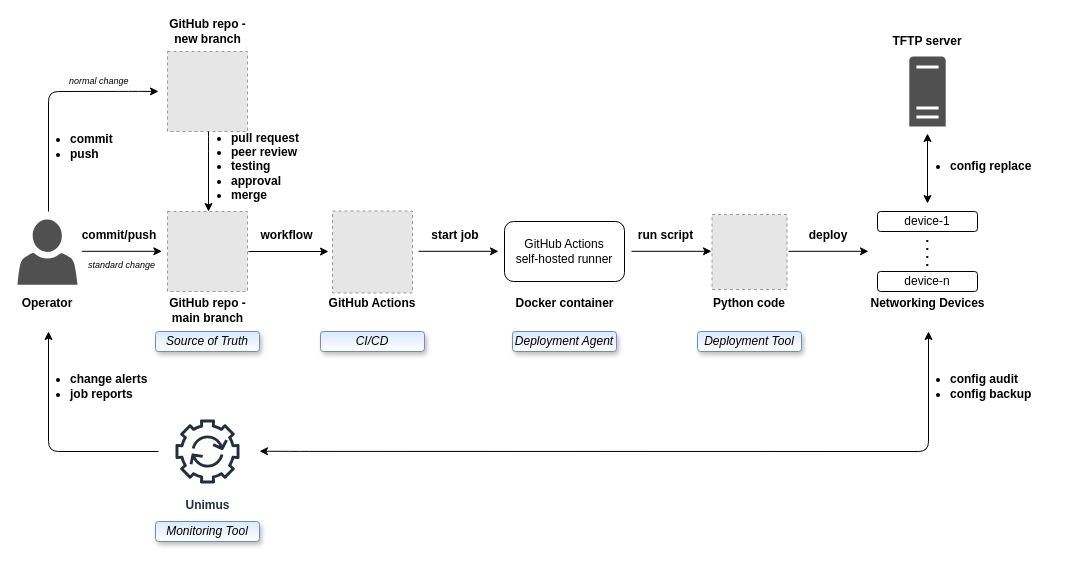
Above: diagram-network-automation-github-actions.drawio in gdmoney/network-automation-github-actions (draw.io), before the change. Source tidied: cells renumbered, new cells numbered last; positions are measured from the earlier drawing's top-left corner, leaving out a move shared by most shapes. Both pictures are drawn from the tidied source at 100%, with x=0, y=0 at pixel (17, 21). Pictures stored in the file or linked from it are replaced by grey dashed boxes.
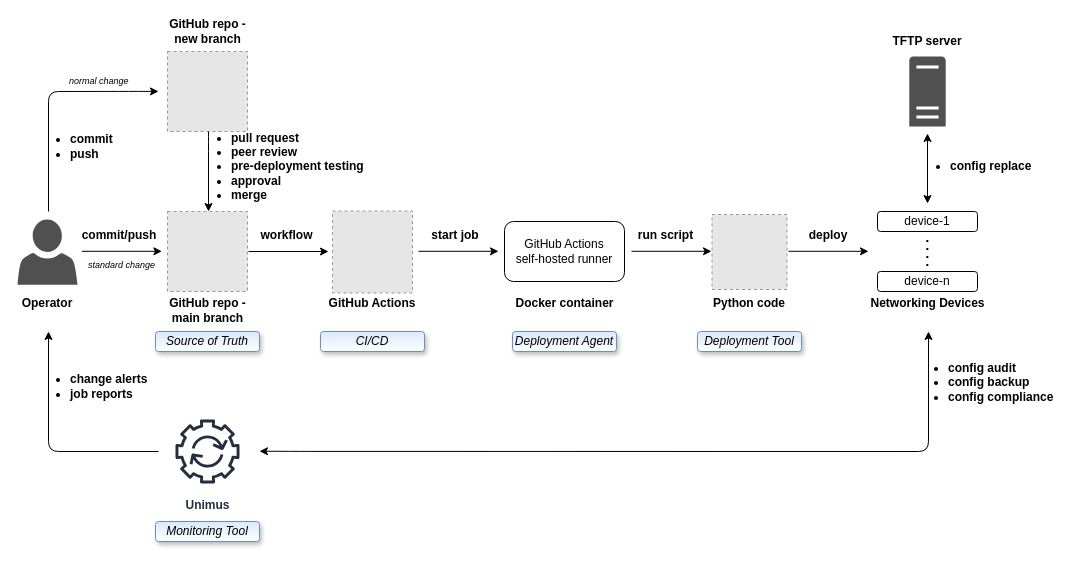
Above is the later version.

What changed in the source:
```diff
@@
-    <mxCell id="23" value="&lt;ul&gt;&lt;li&gt;&lt;b&gt;pull request&lt;/b&gt;&lt;/li&gt;&lt;li&gt;&lt;b&gt;peer review&lt;/b&gt;&lt;/li&gt;&lt;li&gt;&lt;b&gt;testing&lt;/b&gt;&lt;/li&gt;&lt;li&gt;&lt;b&gt;approval&lt;/b&gt;&lt;/li&gt;&lt;li&gt;&lt;b&gt;merge&lt;/b&gt;&lt;/li&gt;&lt;/ul&gt;" style="text;html=1;strokeColor=none;fillColor=none;align=left;verticalAlign=middle;whiteSpace=wrap;rounded=0;" parent="1" vertex="1">
-      <mxGeometry x="172" y="110" width="140" height="70" as="geometry" />
+    <mxCell id="23" value="&lt;ul&gt;&lt;li&gt;&lt;b&gt;pull request&lt;/b&gt;&lt;/li&gt;&lt;li&gt;&lt;b&gt;peer review&lt;/b&gt;&lt;/li&gt;&lt;li&gt;&lt;b&gt;pre-deployment testing&lt;/b&gt;&lt;/li&gt;&lt;li&gt;&lt;b&gt;approval&lt;/b&gt;&lt;/li&gt;&lt;li&gt;&lt;b&gt;merge&lt;/b&gt;&lt;/li&gt;&lt;/ul&gt;" style="text;html=1;strokeColor=none;fillColor=none;align=left;verticalAlign=middle;whiteSpace=wrap;rounded=0;" parent="1" vertex="1">
+      <mxGeometry x="172" y="110" width="188" height="70" as="geometry" />
     </mxCell>
@@
-    <mxCell id="38" value="&lt;ul&gt;&lt;li&gt;&lt;b&gt;config audit&lt;/b&gt;&lt;/li&gt;&lt;li&gt;&lt;b&gt;config backup&lt;/b&gt;&lt;/li&gt;&lt;/ul&gt;" style="text;html=1;strokeColor=none;fillColor=none;align=left;verticalAlign=middle;whiteSpace=wrap;rounded=0;" parent="1" vertex="1">
-      <mxGeometry x="891" y="350" width="130" height="30" as="geometry" />
+    <mxCell id="38" value="&lt;ul&gt;&lt;li&gt;&lt;b&gt;config audit&lt;/b&gt;&lt;/li&gt;&lt;li&gt;&lt;b&gt;config backup&lt;/b&gt;&lt;/li&gt;&lt;li&gt;&lt;b&gt;config compliance&lt;/b&gt;&lt;/li&gt;&lt;/ul&gt;" style="text;html=1;strokeColor=none;fillColor=none;align=left;verticalAlign=middle;whiteSpace=wrap;rounded=0;" parent="1" vertex="1">
+      <mxGeometry x="889" y="335" width="150" height="52" as="geometry" />
     </mxCell>
```
